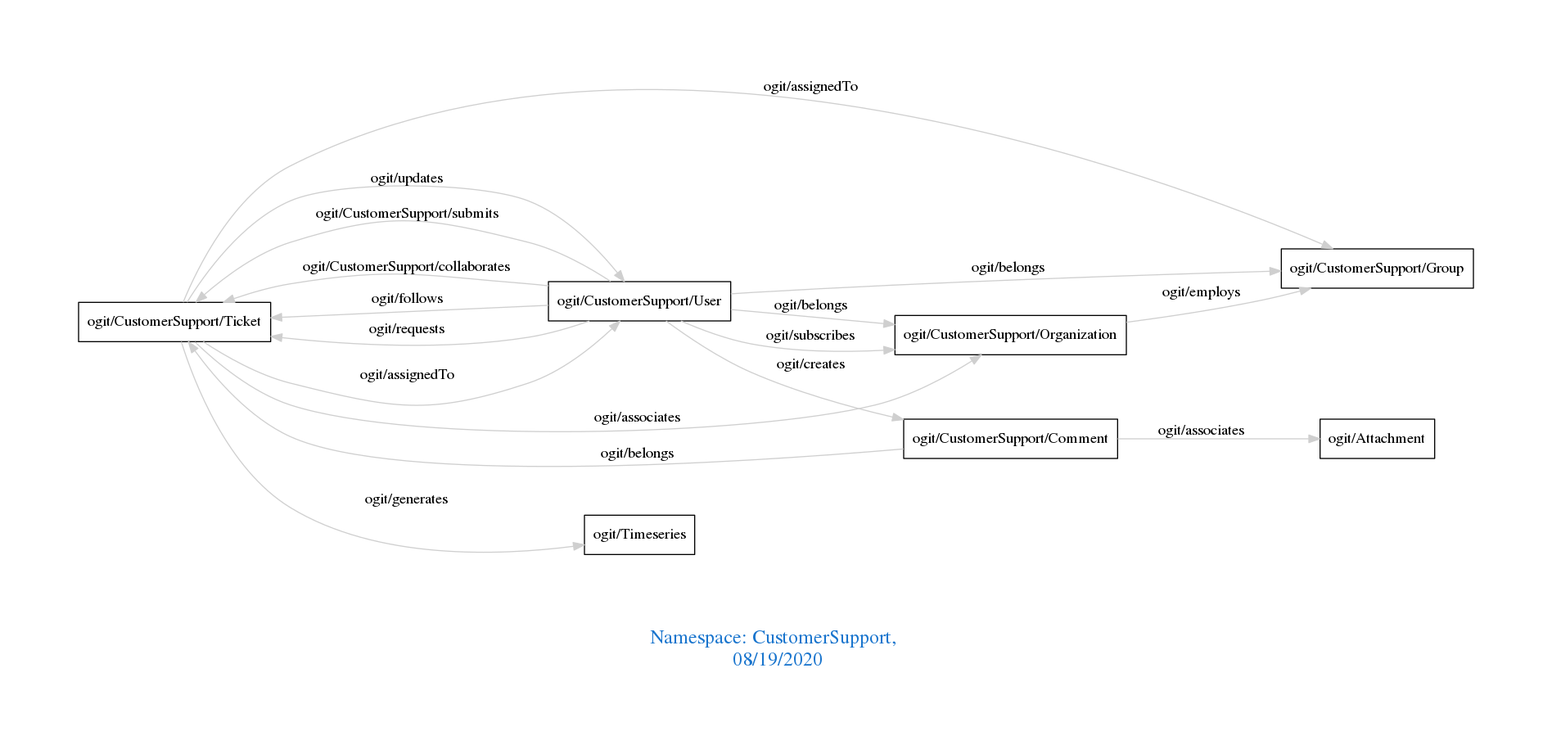
arago/OGIT keeps this Graphviz diagram as downloads/CustomerSupport.png. Above is the earlier version. Its source is kept beside it as downloads/CustomerSupport.dot.
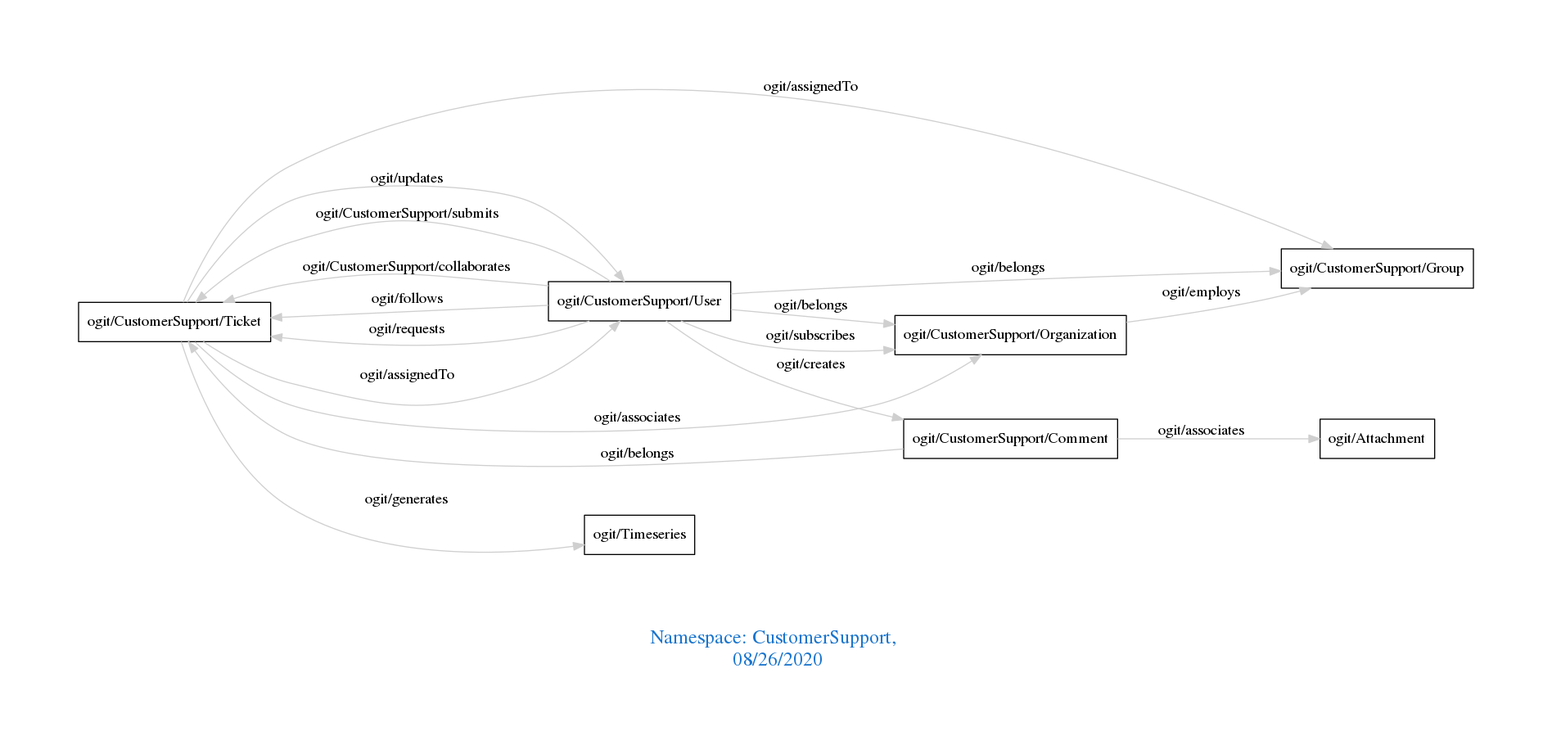
The same file after the commit.

Change to the diagram source:
```diff
@@ -1,7 +1,7 @@
 digraph OGIT_ontology {
  graph [ rankdir= LR,pad=1
 fontsize = 18,
-fontcolor= dodgerblue3,label = "\n\n\nNamespace: CustomerSupport, \n 08/19/2020"];
+fontcolor= dodgerblue3,label = "\n\n\nNamespace: CustomerSupport, \n 08/26/2020"];
 node[shape=polygon];
 edge [  color="gray81"];
 
```
